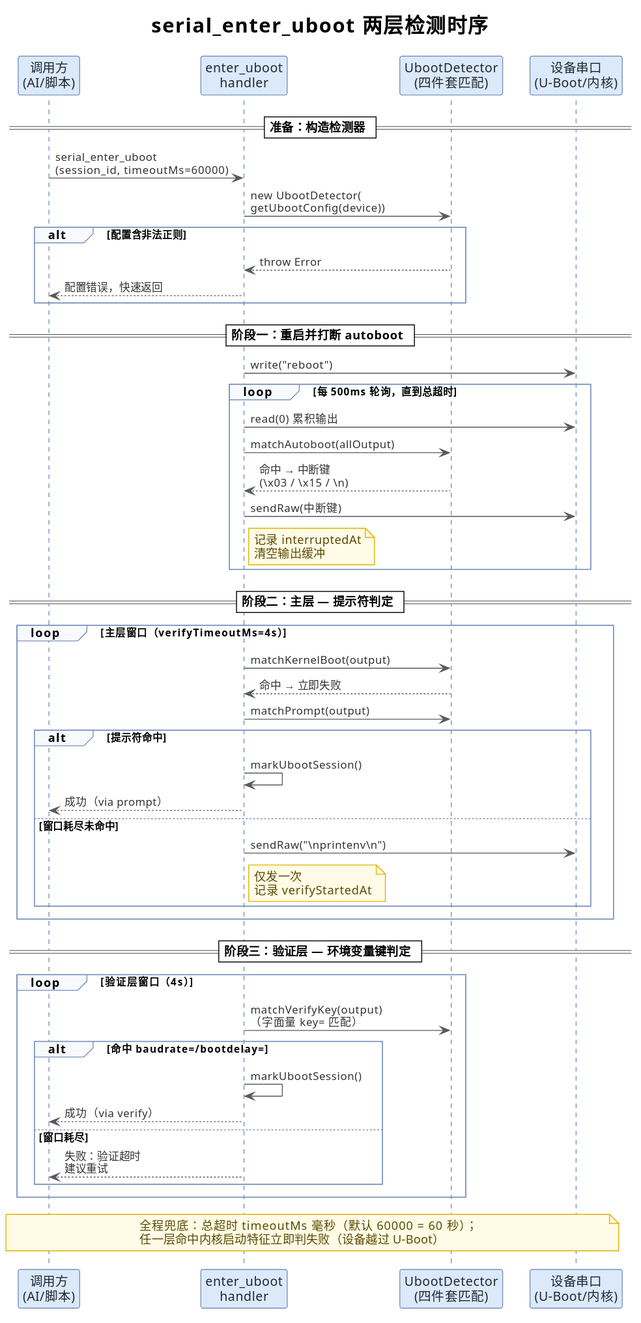
This is docs/MCP-U-Boot标记机制分析/img/enter-uboot-sequence.svg from smk-h/embedded-mcp-toolkit, a PlantUML export, as it was before one commit.
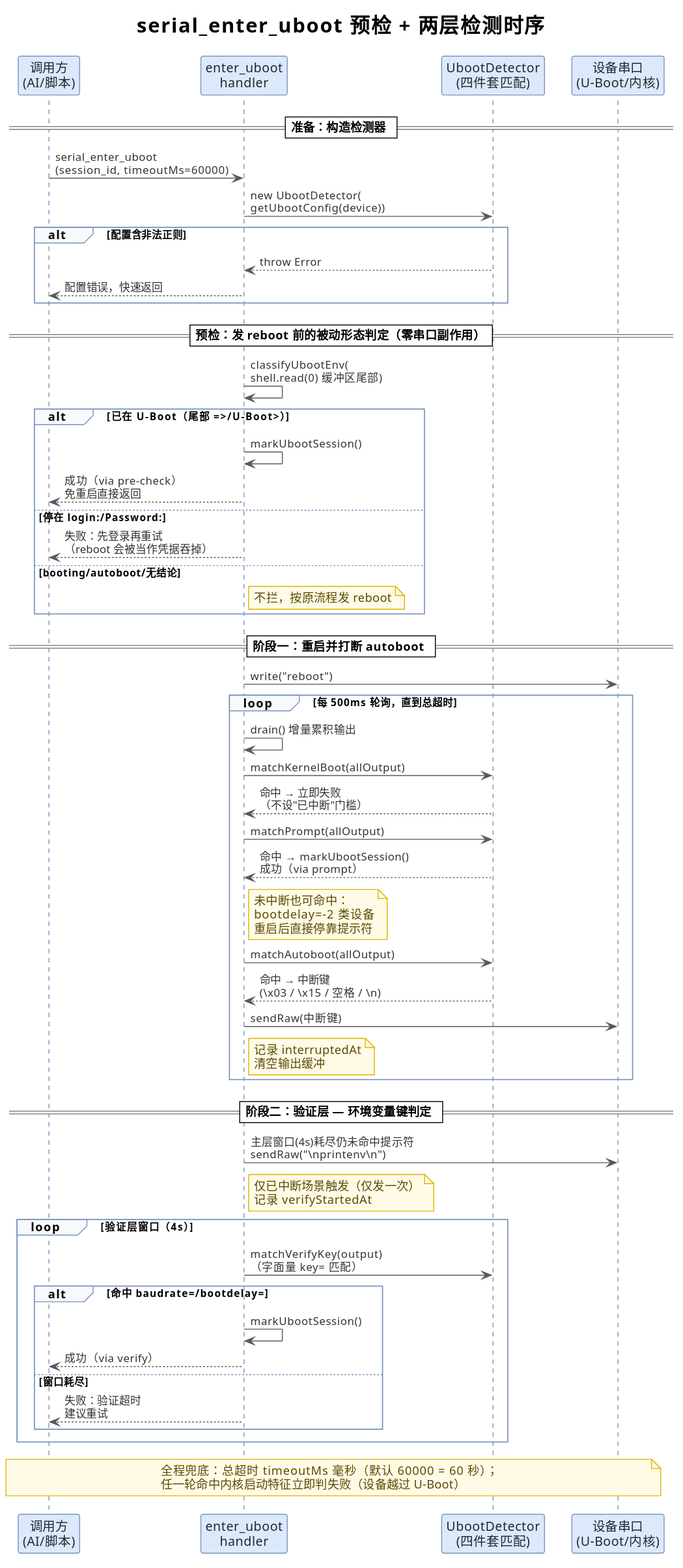
After the change.

Commit message:
docs: 同步 enter_uboot 预检与去门槛判定的流程说明

Change to the diagram source:
```diff
@@ -16,7 +16,7 @@
 skinparam NoteBorderColor #E0B400
 skinparam NoteFontColor #5C4A00
 
-title serial_enter_uboot 两层检测时序
+title serial_enter_uboot 预检 + 两层检测时序
 
 participant "调用方\n(AI/脚本)" as C
 participant "enter_uboot\nhandler" as H
@@ -32,34 +32,38 @@
   H --> C : 配置错误，快速返回
 end
 
+== 预检：发 reboot 前的被动形态判定（零串口副作用）==
+
+H -> H : classifyUbootEnv(\nshell.read(0) 缓冲区尾部)
+alt 已在 U-Boot（尾部 =>/U-Boot>）
+  H -> H : markUbootSession()
+  H --> C : 成功（via pre-check）\n免重启直接返回
+else 停在 login:/Password:
+  H --> C : 失败：先登录再重试\n（reboot 会被当作凭据吞掉）
+else booting/autoboot/无结论
+  note right of H : 不拦，按原流程发 reboot
+end
+
 == 阶段一：重启并打断 autoboot ==
 
 H -> S : write("reboot")
 loop 每 500ms 轮询，直到总超时
-  H -> S : read(0) 累积输出
+  H -> H : drain() 增量累积输出
+  H -> D : matchKernelBoot(allOutput)
+  D --> H : 命中 → 立即失败\n（不设"已中断"门槛）
+  H -> D : matchPrompt(allOutput)
+  D --> H : 命中 → markUbootSession()\n成功（via prompt）
+  note right of H : 未中断也可命中：\nbootdelay=-2 类设备\n重启后直接停靠提示符
   H -> D : matchAutoboot(allOutput)
-  D --> H : 命中 → 中断键\n(\\x03 / \\x15 / \\n)
+  D --> H : 命中 → 中断键\n(\\x03 / \\x15 / 空格 / \\n)
   H -> S : sendRaw(中断键)
   note right of H : 记录 interruptedAt\n清空输出缓冲
 end
 
-== 阶段二：主层 — 提示符判定 ==
+== 阶段二：验证层 — 环境变量键判定 ==
 
-loop 主层窗口（verifyTimeoutMs=4s）
-  H -> D : matchKernelBoot(output)
-  D --> H : 命中 → 立即失败
-  H -> D : matchPrompt(output)
-  alt 提示符命中
-    H -> H : markUbootSession()
-    H --> C : 成功（via prompt）
-  else 窗口耗尽未命中
-    H -> S : sendRaw("\\nprintenv\\n")
-    note right of H : 仅发一次\n记录 verifyStartedAt
-  end
-end
-
-== 阶段三：验证层 — 环境变量键判定 ==
-
+H -> S : 主层窗口(4s)耗尽仍未命中提示符\nsendRaw("\\nprintenv\\n")
+note right of H : 仅已中断场景触发（仅发一次）\n记录 verifyStartedAt
 loop 验证层窗口（4s）
   H -> D : matchVerifyKey(output)\n（字面量 key= 匹配）
   alt 命中 baudrate=/bootdelay=
@@ -72,6 +76,6 @@
 
 note over C, S
   全程兜底：总超时 timeoutMs 毫秒（默认 60000 = 60 秒）；
-  任一层命中内核启动特征立即判失败（设备越过 U-Boot）
+  任一轮命中内核启动特征立即判失败（设备越过 U-Boot）
 end note
 @enduml
```
